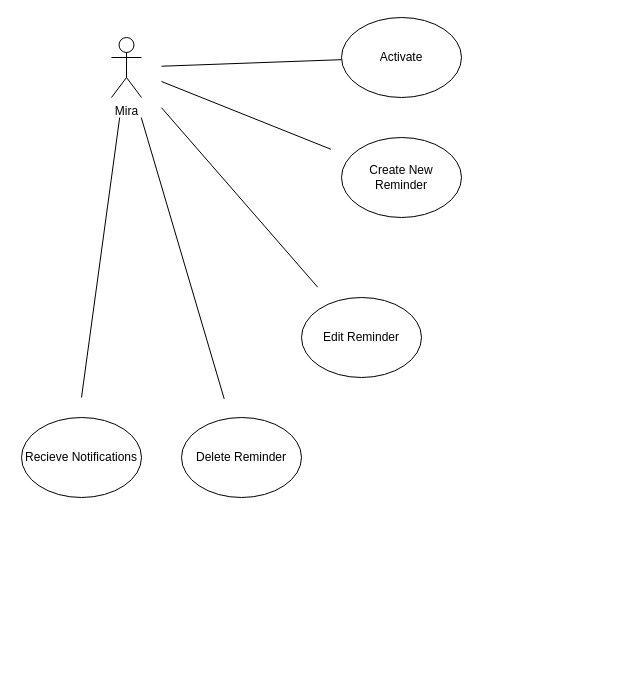
The draw.io diagram Misc/Architecture/Use Cases.drawio in danielmoro/drugable, before the edit. Source tidied: cells renumbered, new cells numbered last; positions are measured from the earlier drawing's top-left corner, leaving out a move shared by most shapes. Both pictures are drawn from the tidied source at 100%, with x=0, y=0 at pixel (21, 17).
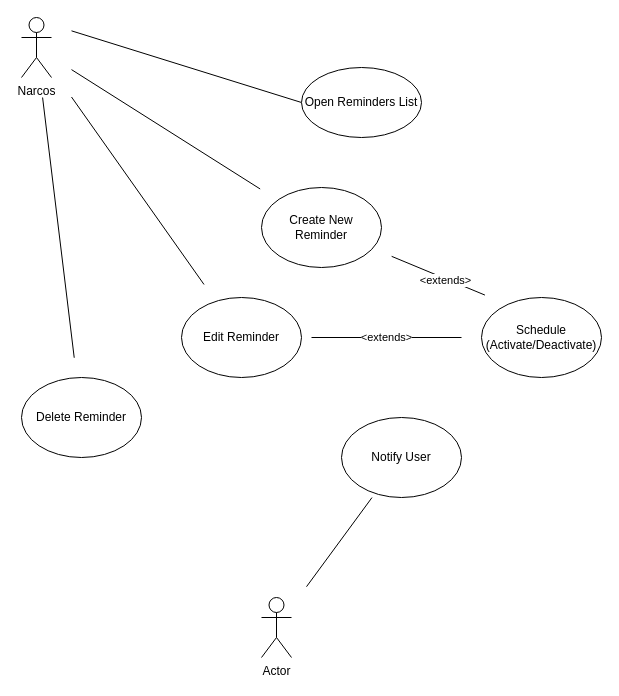
Above is the later version.

What changed in the source:
```diff
@@
 <mxGraphModel>
   <root>
     <mxCell id="0" />
     <mxCell id="1" parent="0" />
     <mxCell id="2" style="edgeStyle=none;rounded=0;jettySize=auto;html=1;endArrow=none;endFill=0;" parent="1" edge="1" source="6" target="9">
       <mxGeometry relative="1" as="geometry" />
     </mxCell>
     <mxCell id="3" style="edgeStyle=none;rounded=0;jettySize=auto;html=1;endArrow=none;endFill=0;" parent="1" edge="1" source="6" target="10">
       <mxGeometry relative="1" as="geometry" />
     </mxCell>
-    <mxCell id="4" style="edgeStyle=none;rounded=0;jettySize=auto;html=1;endArrow=none;endFill=0;" parent="1" edge="1" source="6" target="11">
-      <mxGeometry relative="1" as="geometry" />
-    </mxCell>
-    <mxCell id="5" style="edgeStyle=none;rounded=0;jettySize=auto;html=1;entryX=0.5;entryY=0;entryDx=0;entryDy=0;endArrow=none;endFill=0;" parent="1" edge="1" source="6" target="12">
-      <mxGeometry relative="1" as="geometry" />
-    </mxCell>
+    <mxCell id="13" style="edgeStyle=none;rounded=0;jettySize=auto;html=1;exitX=1;exitY=0.3333333333333333;exitDx=0;exitDy=0;exitPerimeter=0;entryX=0;entryY=0.5;entryDx=0;entryDy=0;startArrow=none;startFill=0;endArrow=none;endFill=0;" parent="1" edge="1" source="6" target="20">
+      <mxGeometry relative="1" as="geometry" />
+    </mxCell>
-    <mxCell id="6" value="Mira" style="shape=umlActor;verticalLabelPosition=bottom;verticalAlign=top;html=1;outlineConnect=0;perimeterSpacing=20;" parent="1" vertex="1">
-      <mxGeometry x="90" y="20" width="30" height="60" as="geometry" />
+    <mxCell id="6" value="Narcos" style="shape=umlActor;verticalLabelPosition=bottom;verticalAlign=top;html=1;outlineConnect=0;perimeterSpacing=20;" parent="1" vertex="1">
+      <mxGeometry width="30" height="60" as="geometry" />
     </mxCell>
     <mxCell id="7" style="edgeStyle=none;rounded=0;jettySize=auto;html=1;endArrow=none;endFill=0;" parent="1" edge="1" source="8" target="6">
       <mxGeometry relative="1" as="geometry" />
     </mxCell>
     <mxCell id="8" value="Create New Reminder" style="ellipse;whiteSpace=wrap;html=1;perimeterSpacing=20;" parent="1" vertex="1">
-      <mxGeometry x="320" y="120" width="120" height="80" as="geometry" />
+      <mxGeometry x="240" y="170" width="120" height="80" as="geometry" />
     </mxCell>
     <mxCell id="9" value="Edit Reminder" style="ellipse;whiteSpace=wrap;html=1;perimeterSpacing=20;" parent="1" vertex="1">
-      <mxGeometry x="280" y="280" width="120" height="80" as="geometry" />
+      <mxGeometry x="160" y="280" width="120" height="80" as="geometry" />
     </mxCell>
     <mxCell id="10" value="Delete Reminder" style="ellipse;whiteSpace=wrap;html=1;perimeterSpacing=20;" parent="1" vertex="1">
-      <mxGeometry x="160" y="400" width="120" height="80" as="geometry" />
+      <mxGeometry y="360" width="120" height="80" as="geometry" />
     </mxCell>
-    <mxCell id="11" value="Activate" style="ellipse;whiteSpace=wrap;html=1;" parent="1" vertex="1">
-      <mxGeometry x="320" width="120" height="80" as="geometry" />
+    <mxCell id="11" value="Schedule (Activate/Deactivate)" style="ellipse;whiteSpace=wrap;html=1;perimeterSpacing=20;" parent="1" vertex="1">
+      <mxGeometry x="460" y="280" width="120" height="80" as="geometry" />
     </mxCell>
-    <mxCell id="12" value="Recieve Notifications" style="ellipse;whiteSpace=wrap;html=1;perimeterSpacing=20;" parent="1" vertex="1">
-      <mxGeometry y="400" width="120" height="80" as="geometry" />
-    </mxCell>
+    <mxCell id="14" value="Actor" style="shape=umlActor;verticalLabelPosition=bottom;verticalAlign=top;html=1;outlineConnect=0;perimeterSpacing=15;" parent="1" vertex="1">
+      <mxGeometry x="240" y="580" width="30" height="60" as="geometry" />
+    </mxCell>
+    <mxCell id="15" style="rounded=0;jettySize=auto;html=1;endArrow=none;endFill=0;" parent="1" edge="1" source="16" target="14">
+      <mxGeometry relative="1" as="geometry" />
+    </mxCell>
+    <mxCell id="16" value="Notify User" style="ellipse;whiteSpace=wrap;html=1;perimeterSpacing=5;" parent="1" vertex="1">
+      <mxGeometry x="320" y="400" width="120" height="80" as="geometry" />
+    </mxCell>
+    <mxCell id="17" style="endArrow=none;startArrow=none;html=1;entryX=0;entryY=0;entryDx=0;entryDy=0;startFill=0;endFill=0;" parent="1" edge="1" source="8" target="11">
+      <mxGeometry relative="1" as="geometry" />
+    </mxCell>
+    <mxCell id="18" value="&amp;lt;extends&amp;gt;" style="edgeLabel;html=1;align=center;verticalAlign=middle;" parent="17" vertex="1">
+      <mxGeometry x="0.14" y="-1" relative="1" as="geometry" />
+    </mxCell>
+    <mxCell id="19" value="&amp;lt;extends&amp;gt;" style="endArrow=none;startArrow=none;html=1;entryX=0;entryY=0.5;entryDx=0;entryDy=0;startFill=0;endFill=0;" parent="1" edge="1" target="11">
+      <mxGeometry relative="1" as="geometry">
+        <mxPoint x="290" y="320" as="sourcePoint" />
+      </mxGeometry>
+    </mxCell>
+    <mxCell id="20" value="Open Reminders List" style="ellipse;whiteSpace=wrap;html=1;" parent="1" vertex="1">
+      <mxGeometry x="280" y="50" width="120" height="70" as="geometry" />
+    </mxCell>
   </root>
 </mxGraphModel>
```
